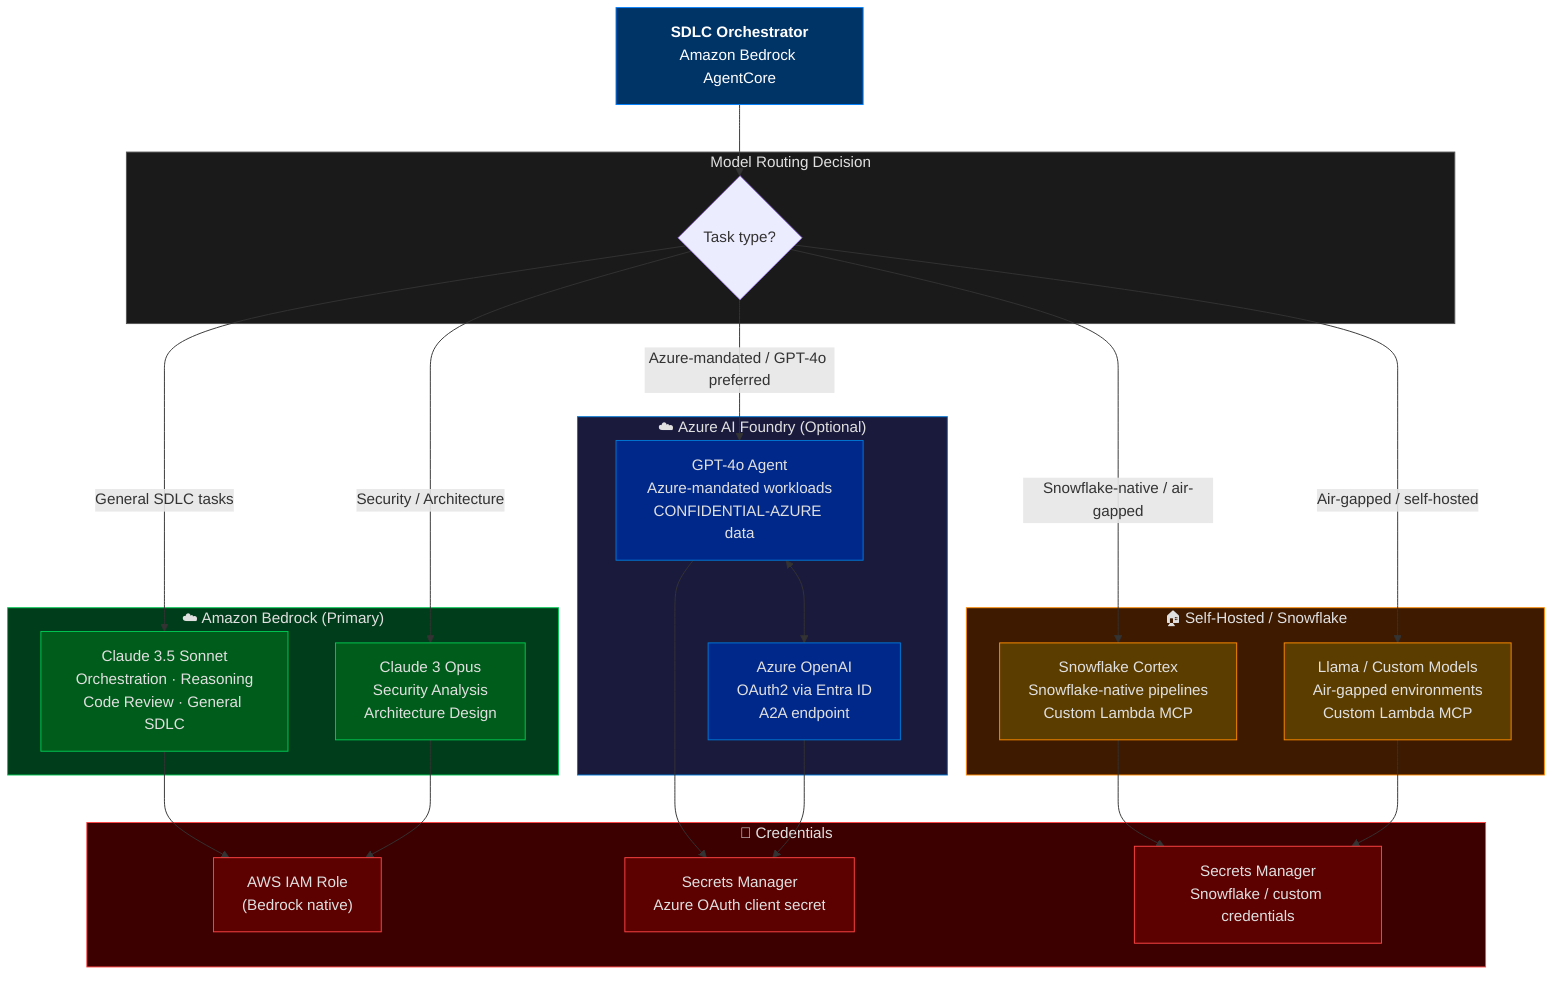
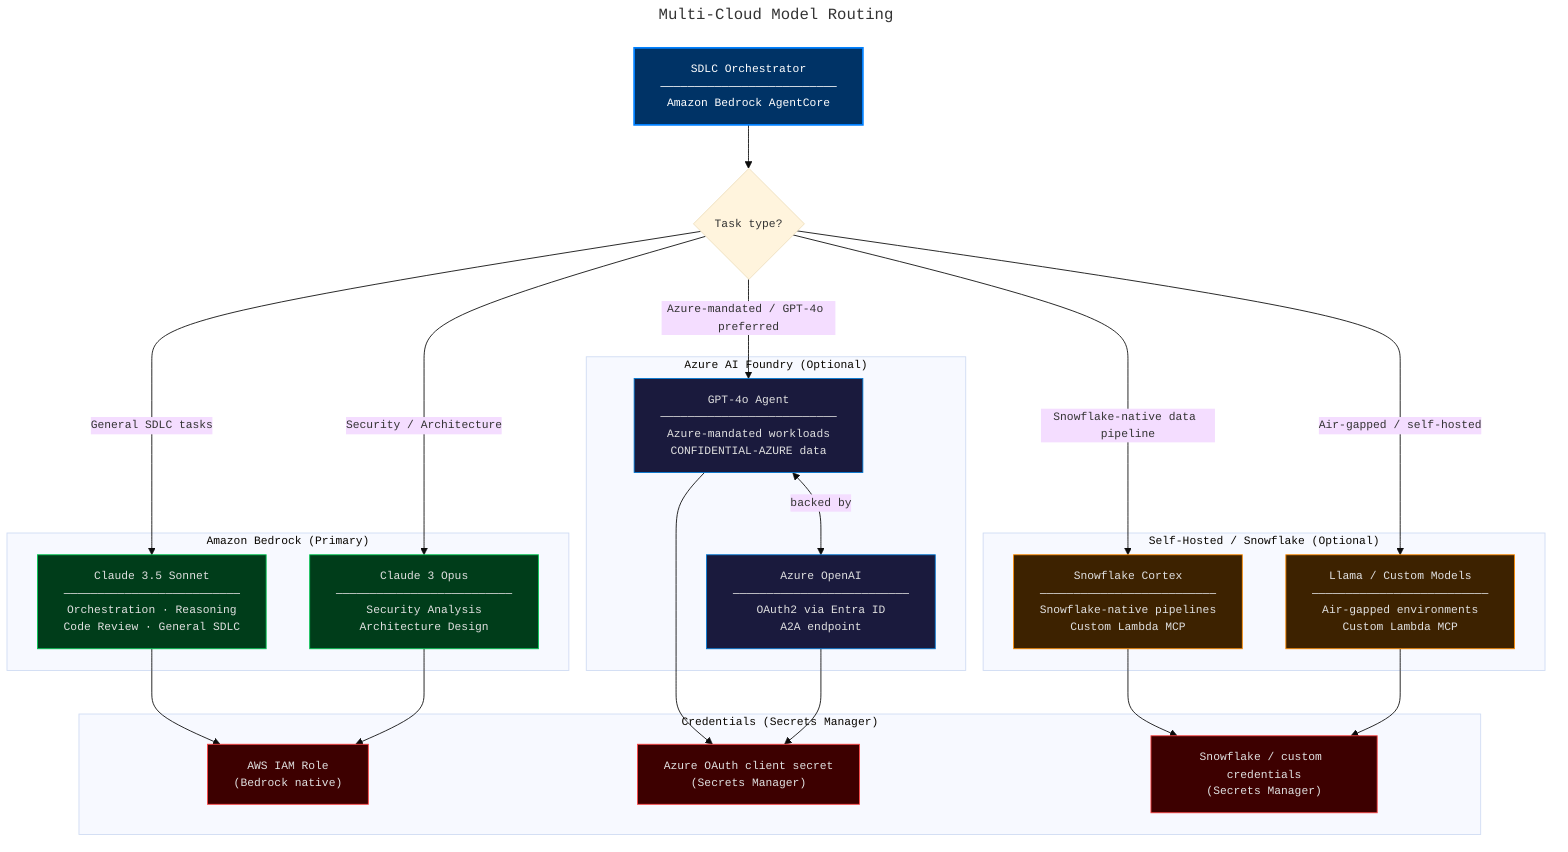
- flowchart TD
-     ORCH["<b>SDLC Orchestrator</b><br/>Amazon Bedrock AgentCore"]
+ ---
+ title: "Multi-Cloud Model Routing"
+ ---
+ %%{init: {'theme': 'base', 'themeVariables': {'fontSize': '13px', 'fontFamily': 'monospace'}}}%%
+ graph TD
+     ORCH["SDLC Orchestrator\n──────────────────────────\nAmazon Bedrock AgentCore"]

-     subgraph ROUTING["Model Routing Decision"]
-         R1{"Task type?"}
+     ROUTE{"Task type?"}
+ 
+     subgraph BEDROCK["Amazon Bedrock  (Primary)"]
+         B1["Claude 3.5 Sonnet\n──────────────────────────\nOrchestration · Reasoning\nCode Review · General SDLC"]
+         B2["Claude 3 Opus\n──────────────────────────\nSecurity Analysis\nArchitecture Design"]
    end

-     subgraph BEDROCK["☁️ Amazon Bedrock (Primary)"]
-         B1["Claude 3.5 Sonnet<br/>Orchestration · Reasoning<br/>Code Review · General SDLC"]
-         B2["Claude 3 Opus<br/>Security Analysis<br/>Architecture Design"]
+     subgraph AZURE["Azure AI Foundry  (Optional)"]
+         A1["GPT-4o Agent\n──────────────────────────\nAzure-mandated workloads\nCONFIDENTIAL-AZURE data"]
+         A2["Azure OpenAI\n──────────────────────────\nOAuth2 via Entra ID\nA2A endpoint"]
    end

-     subgraph AZURE["☁️ Azure AI Foundry (Optional)"]
-         A1["GPT-4o Agent<br/>Azure-mandated workloads<br/>CONFIDENTIAL-AZURE data"]
-         A2["Azure OpenAI<br/>OAuth2 via Entra ID<br/>A2A endpoint"]
+     subgraph SELFHOSTED["Self-Hosted / Snowflake  (Optional)"]
+         S1["Snowflake Cortex\n──────────────────────────\nSnowflake-native pipelines\nCustom Lambda MCP"]
+         S2["Llama / Custom Models\n──────────────────────────\nAir-gapped environments\nCustom Lambda MCP"]
    end

-     subgraph SELFHOSTED["🏠 Self-Hosted / Snowflake"]
-         S1["Snowflake Cortex<br/>Snowflake-native pipelines<br/>Custom Lambda MCP"]
-         S2["Llama / Custom Models<br/>Air-gapped environments<br/>Custom Lambda MCP"]
+     subgraph CREDS["Credentials  (Secrets Manager)"]
+         SEC1["AWS IAM Role\n(Bedrock native)"]
+         SEC2["Azure OAuth client secret\n(Secrets Manager)"]
+         SEC3["Snowflake / custom credentials\n(Secrets Manager)"]
    end

-     subgraph SECURITY["🔐 Credentials"]
-         SEC1["AWS IAM Role<br/>(Bedrock native)"]
-         SEC2["Secrets Manager<br/>Azure OAuth client secret"]
-         SEC3["Secrets Manager<br/>Snowflake / custom credentials"]
-     end
- 
-     ORCH --> R1
-     R1 -- "General SDLC tasks" --> B1
-     R1 -- "Security / Architecture" --> B2
-     R1 -- "Azure-mandated / GPT-4o preferred" --> A1
-     R1 -- "Snowflake-native / air-gapped" --> S1
-     R1 -- "Air-gapped / self-hosted" --> S2
-     A1 <--> A2
+     ORCH --> ROUTE
+     ROUTE -- "General SDLC tasks" --> B1
+     ROUTE -- "Security / Architecture" --> B2
+     ROUTE -- "Azure-mandated / GPT-4o preferred" --> A1
+     ROUTE -- "Snowflake-native data pipeline" --> S1
+     ROUTE -- "Air-gapped / self-hosted" --> S2
+     A1 <-- "backed by" --> A2
    B1 & B2 --> SEC1
    A1 & A2 --> SEC2
    S1 & S2 --> SEC3

-     style ORCH fill:#003366,color:#ffffff,stroke:#0080ff
-     style ROUTING fill:#1a1a1a,color:#e0e0e0,stroke:#555
-     style BEDROCK fill:#003d1a,color:#e0e0e0,stroke:#00c853
-     style AZURE fill:#1a1a3d,color:#e0e0e0,stroke:#0078d4
-     style SELFHOSTED fill:#3d1a00,color:#e0e0e0,stroke:#ff8c00
-     style SECURITY fill:#3d0000,color:#e0e0e0,stroke:#ff4444
-     style B1 fill:#005c1a,color:#e0e0e0,stroke:#00c853
-     style B2 fill:#005c1a,color:#e0e0e0,stroke:#00c853
-     style A1 fill:#00288a,color:#e0e0e0,stroke:#0078d4
-     style A2 fill:#00288a,color:#e0e0e0,stroke:#0078d4
-     style S1 fill:#5c3d00,color:#e0e0e0,stroke:#ff8c00
-     style S2 fill:#5c3d00,color:#e0e0e0,stroke:#ff8c00
-     style SEC1 fill:#5c0000,color:#e0e0e0,stroke:#ff4444
-     style SEC2 fill:#5c0000,color:#e0e0e0,stroke:#ff4444
-     style SEC3 fill:#5c0000,color:#e0e0e0,stroke:#ff4444
+     classDef orch     fill:#003366,color:#ffffff,stroke:#0080ff,stroke-width:2px
+     classDef bedrock  fill:#003d1a,color:#e0e0e0,stroke:#00c853,stroke-width:1px
+     classDef azure    fill:#1a1a3d,color:#e0e0e0,stroke:#0078d4,stroke-width:1px
+     classDef self     fill:#3d2200,color:#e0e0e0,stroke:#ff8c00,stroke-width:1px
+     classDef creds    fill:#3d0000,color:#e0e0e0,stroke:#ff4444,stroke-width:1px
+ 
+     class ORCH orch
+     class B1,B2 bedrock
+     class A1,A2 azure
+     class S1,S2 self
+     class SEC1,SEC2,SEC3 creds
